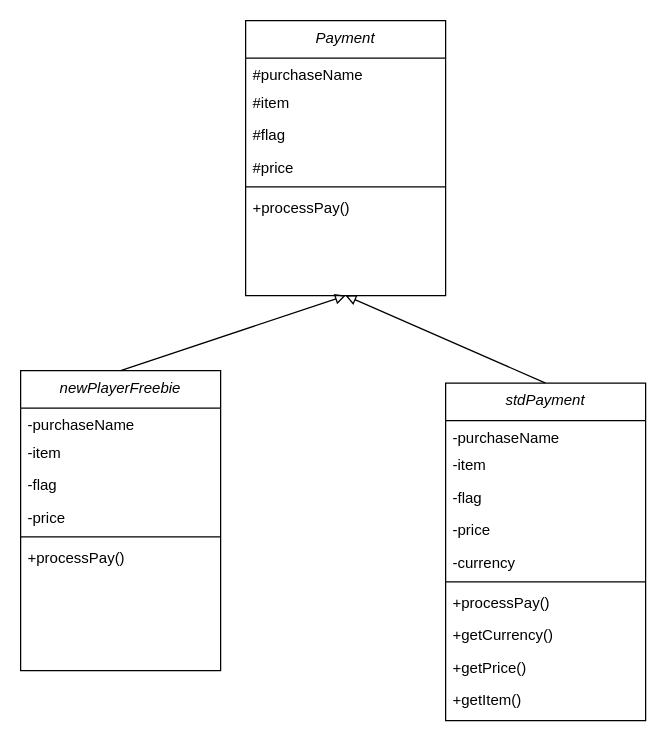
This is Untitled Diagram.drawio from KO-KAYO/csprojectUML, a draw.io file, before an edit. Source tidied: cells renumbered, new cells numbered last; positions are measured from the earlier drawing's top-left corner, leaving out a move shared by most shapes. Both pictures are drawn from the tidied source at 125%, with x=0, y=0 at pixel (20, 20).
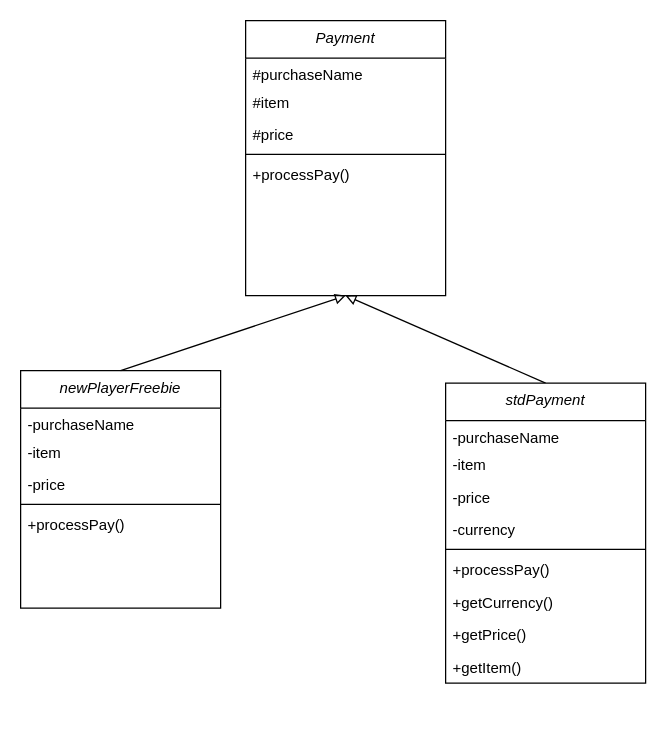
The same page after the edit.

The change refers to these unchanged cells:
```xml
<mxCell id="2" value="Payment" style="swimlane;fontStyle=2;align=center;verticalAlign=top;horizontal=1;startSize=30;rounded=0;shadow=0;strokeWidth=1;" parent="1" vertex="1">
  <mxGeometry x="180" width="160" height="220" as="geometry" />
</mxCell>
```

Diff of the diagram source:
```diff
@@
-    <mxCell id="5" value="#flag" style="text;align=left;verticalAlign=top;spacingLeft=4;spacingRight=4;overflow=hidden;rounded=0;shadow=0;html=0;" parent="2" vertex="1">
-      <mxGeometry y="78" width="160" height="26" as="geometry" />
-    </mxCell>
     <mxCell id="6" value="#price" style="text;align=left;verticalAlign=top;spacingLeft=4;spacingRight=4;overflow=hidden;rounded=0;shadow=0;html=0;" parent="2" vertex="1">
-      <mxGeometry y="104" width="160" height="26" as="geometry" />
+      <mxGeometry y="78" width="160" height="26" as="geometry" />
     </mxCell>
     <mxCell id="7" style="line;html=1;strokeWidth=1;align=left;verticalAlign=middle;spacingTop=-1;spacingLeft=3;spacingRight=3;labelPosition=right;" parent="2" vertex="1">
-      <mxGeometry y="130" width="160" height="6" as="geometry" />
+      <mxGeometry y="104" width="160" height="6" as="geometry" />
     </mxCell>
     <mxCell id="8" value="+processPay()" style="text;align=left;verticalAlign=top;spacingLeft=4;spacingRight=4;overflow=hidden;rounded=0;shadow=0;html=0;" parent="2" vertex="1">
-      <mxGeometry y="136" width="160" height="26" as="geometry" />
+      <mxGeometry y="110" width="160" height="26" as="geometry" />
     </mxCell>
     <mxCell id="9" value="newPlayerFreebie" style="swimlane;fontStyle=2;align=center;verticalAlign=top;horizontal=1;startSize=30;rounded=0;shadow=0;strokeWidth=1;" parent="1" vertex="1">
-      <mxGeometry y="280" width="160" height="240" as="geometry" />
+      <mxGeometry y="280" width="160" height="190" as="geometry" />
     </mxCell>
@@
-    <mxCell id="12" value="-flag" style="text;align=left;verticalAlign=top;spacingLeft=4;spacingRight=4;overflow=hidden;rounded=0;shadow=0;html=0;" parent="9" vertex="1">
-      <mxGeometry y="78" width="160" height="26" as="geometry" />
-    </mxCell>
     <mxCell id="13" value="-price" style="text;align=left;verticalAlign=top;spacingLeft=4;spacingRight=4;overflow=hidden;rounded=0;shadow=0;html=0;" parent="9" vertex="1">
-      <mxGeometry y="104" width="160" height="26" as="geometry" />
+      <mxGeometry y="78" width="160" height="26" as="geometry" />
     </mxCell>
     <mxCell id="14" style="line;html=1;strokeWidth=1;align=left;verticalAlign=middle;spacingTop=-1;spacingLeft=3;spacingRight=3;labelPosition=right;" parent="9" vertex="1">
-      <mxGeometry y="130" width="160" height="6" as="geometry" />
+      <mxGeometry y="104" width="160" height="6" as="geometry" />
     </mxCell>
     <mxCell id="15" value="+processPay()" style="text;align=left;verticalAlign=top;spacingLeft=4;spacingRight=4;overflow=hidden;rounded=0;shadow=0;html=0;" parent="9" vertex="1">
-      <mxGeometry y="136" width="160" height="26" as="geometry" />
+      <mxGeometry y="110" width="160" height="26" as="geometry" />
     </mxCell>
@@
     <mxCell id="18" value="stdPayment" style="swimlane;fontStyle=2;align=center;verticalAlign=top;horizontal=1;startSize=30;rounded=0;shadow=0;strokeWidth=1;" parent="1" vertex="1">
-      <mxGeometry x="340" y="290" width="160" height="270" as="geometry" />
+      <mxGeometry x="340" y="290" width="160" height="240" as="geometry" />
     </mxCell>
@@
-    <mxCell id="21" value="-flag" style="text;align=left;verticalAlign=top;spacingLeft=4;spacingRight=4;overflow=hidden;rounded=0;shadow=0;html=0;" parent="18" vertex="1">
-      <mxGeometry y="78" width="160" height="26" as="geometry" />
-    </mxCell>
     <mxCell id="22" value="-price" style="text;align=left;verticalAlign=top;spacingLeft=4;spacingRight=4;overflow=hidden;rounded=0;shadow=0;html=0;" parent="18" vertex="1">
-      <mxGeometry y="104" width="160" height="26" as="geometry" />
+      <mxGeometry y="78" width="160" height="26" as="geometry" />
     </mxCell>
     <mxCell id="23" value="-currency" style="text;align=left;verticalAlign=top;spacingLeft=4;spacingRight=4;overflow=hidden;rounded=0;shadow=0;html=0;" parent="18" vertex="1">
-      <mxGeometry y="130" width="160" height="26" as="geometry" />
+      <mxGeometry y="104" width="160" height="26" as="geometry" />
     </mxCell>
     <mxCell id="24" style="line;html=1;strokeWidth=1;align=left;verticalAlign=middle;spacingTop=-1;spacingLeft=3;spacingRight=3;labelPosition=right;" parent="18" vertex="1">
-      <mxGeometry y="156" width="160" height="6" as="geometry" />
+      <mxGeometry y="130" width="160" height="6" as="geometry" />
     </mxCell>
     <mxCell id="25" value="+processPay()" style="text;align=left;verticalAlign=top;spacingLeft=4;spacingRight=4;overflow=hidden;rounded=0;shadow=0;html=0;" parent="18" vertex="1">
-      <mxGeometry y="162" width="160" height="26" as="geometry" />
+      <mxGeometry y="136" width="160" height="26" as="geometry" />
     </mxCell>
     <mxCell id="26" value="+getCurrency()" style="text;align=left;verticalAlign=top;spacingLeft=4;spacingRight=4;overflow=hidden;rounded=0;shadow=0;html=0;" parent="18" vertex="1">
-      <mxGeometry y="188" width="160" height="26" as="geometry" />
+      <mxGeometry y="162" width="160" height="26" as="geometry" />
     </mxCell>
     <mxCell id="27" value="+getPrice()" style="text;align=left;verticalAlign=top;spacingLeft=4;spacingRight=4;overflow=hidden;rounded=0;shadow=0;html=0;" parent="18" vertex="1">
-      <mxGeometry y="214" width="160" height="26" as="geometry" />
+      <mxGeometry y="188" width="160" height="26" as="geometry" />
     </mxCell>
     <mxCell id="28" value="+getItem()" style="text;align=left;verticalAlign=top;spacingLeft=4;spacingRight=4;overflow=hidden;rounded=0;shadow=0;html=0;" parent="18" vertex="1">
-      <mxGeometry y="240" width="160" height="26" as="geometry" />
+      <mxGeometry y="214" width="160" height="26" as="geometry" />
     </mxCell>
```
